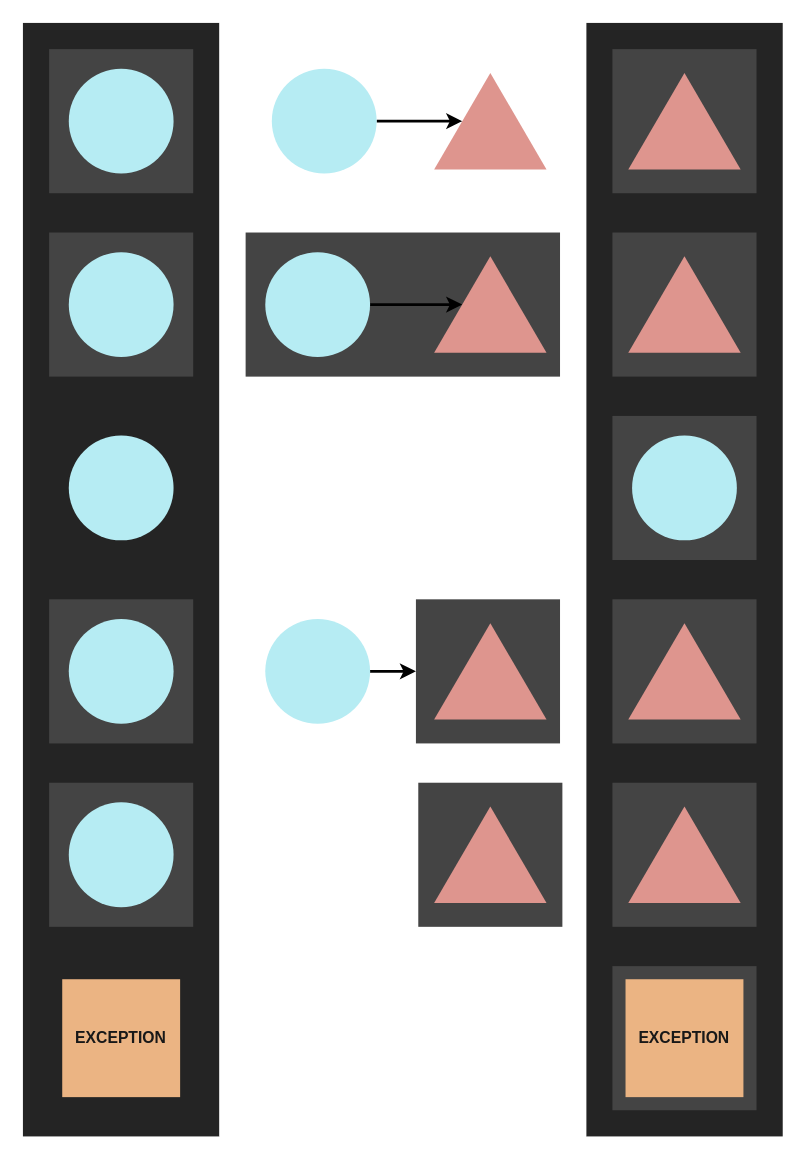
theNewFlesh/shot-glass keeps this draw.io diagram as page "monad" (1 of 7) of resources/monad.drawio. Above is the earlier version. Source tidied: cells renumbered, new cells numbered last; positions are measured from the earlier drawing's top-left corner, leaving out a move shared by most shapes. Both pictures are drawn from the tidied source at 131%, with x=0, y=0 at pixel (22, 22).
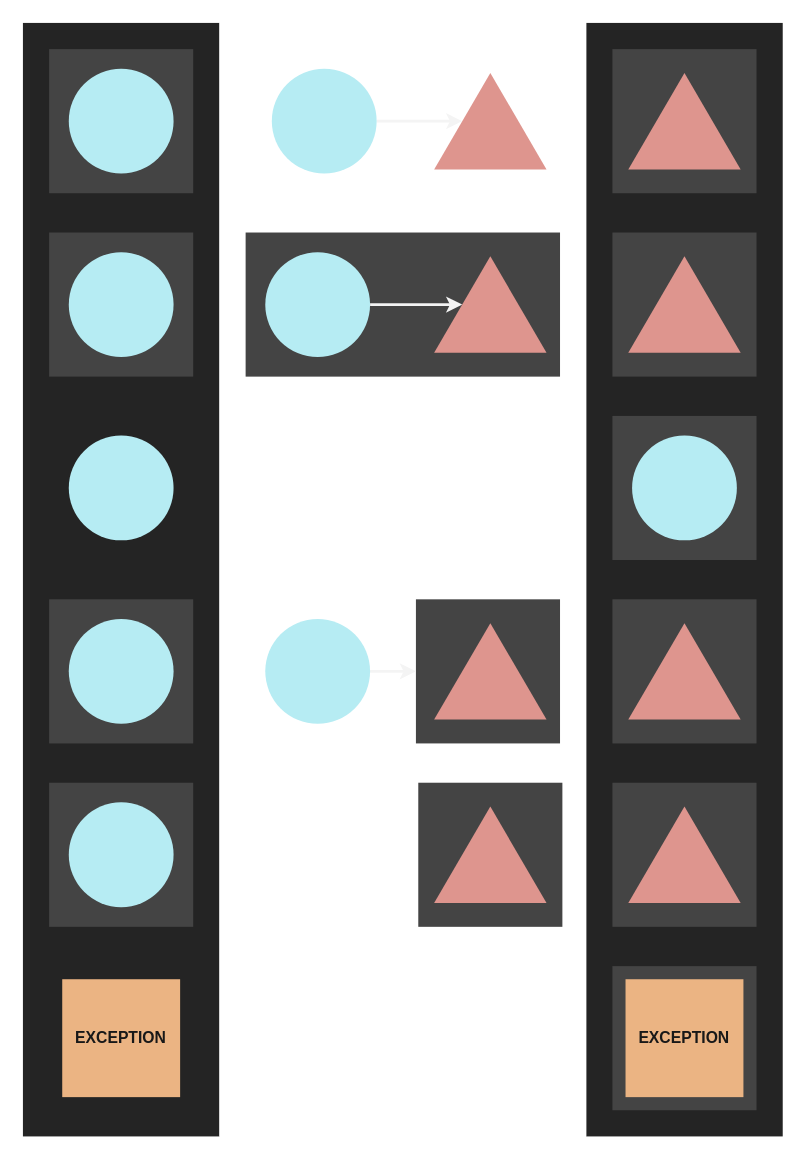
The same diagram, later.

The change refers to these unchanged cells:
```xml
<mxCell id="9" style="triangle;whiteSpace=wrap;html=1;rotation=-90;strokeWidth=2;fillColor=#DE958E;strokeColor=none;" parent="5" vertex="1">
  <mxGeometry x="320" y="32.1" width="73.6" height="85.8" as="geometry" />
</mxCell>
<mxCell id="11" style="ellipse;whiteSpace=wrap;html=1;strokeWidth=2;fillColor=#B6ECF3;strokeColor=none;" parent="5" vertex="1">
  <mxGeometry x="190" y="35" width="80" height="80" as="geometry" />
</mxCell>
<mxCell id="16" style="triangle;whiteSpace=wrap;html=1;rotation=-90;strokeWidth=2;fillColor=#DE958E;strokeColor=none;" parent="5" vertex="1">
  <mxGeometry x="320" y="172.1" width="73.6" height="85.8" as="geometry" />
</mxCell>
<mxCell id="18" style="ellipse;whiteSpace=wrap;html=1;strokeWidth=2;fillColor=#B6ECF3;strokeColor=none;" parent="5" vertex="1">
  <mxGeometry x="185" y="175" width="80" height="80" as="geometry" />
</mxCell>
<mxCell id="24" style="rounded=0;whiteSpace=wrap;html=1;strokeWidth=2;fillColor=#444444;strokeColor=none;" parent="5" vertex="1">
  <mxGeometry x="300" y="440" width="110" height="110" as="geometry" />
</mxCell>
<mxCell id="29" style="ellipse;whiteSpace=wrap;html=1;strokeWidth=2;fillColor=#B6ECF3;strokeColor=none;" parent="5" vertex="1">
  <mxGeometry x="185" y="455" width="80" height="80" as="geometry" />
</mxCell>
```

The edit, as a diff of the source:
```diff
@@
-    <mxCell id="10" style="edgeStyle=none;html=1;entryX=0.5;entryY=0;entryDx=0;entryDy=0;strokeWidth=2;" parent="5" edge="1" source="11" target="9">
+    <mxCell id="10" style="edgeStyle=none;html=1;entryX=0.5;entryY=0;entryDx=0;entryDy=0;strokeWidth=2;strokeColor=#f4f4f4;" parent="5" edge="1" source="11" target="9">
       <mxGeometry relative="1" as="geometry" />
     </mxCell>
@@
-    <mxCell id="17" style="edgeStyle=none;html=1;entryX=0.5;entryY=0;entryDx=0;entryDy=0;strokeWidth=2;" parent="5" edge="1" source="18" target="16">
+    <mxCell id="17" style="edgeStyle=none;html=1;entryX=0.5;entryY=0;entryDx=0;entryDy=0;strokeWidth=2;strokeColor=#f4f4f4;" parent="5" edge="1" source="18" target="16">
       <mxGeometry relative="1" as="geometry" />
     </mxCell>
@@
-    <mxCell id="28" style="edgeStyle=none;html=1;strokeWidth=2;entryX=0;entryY=0.5;entryDx=0;entryDy=0;" parent="5" edge="1" source="29" target="24">
+    <mxCell id="28" style="edgeStyle=none;html=1;strokeWidth=2;entryX=0;entryY=0.5;entryDx=0;entryDy=0;strokeColor=#f4f4f4;" parent="5" edge="1" source="29" target="24">
       <mxGeometry relative="1" as="geometry" />
     </mxCell>
```
